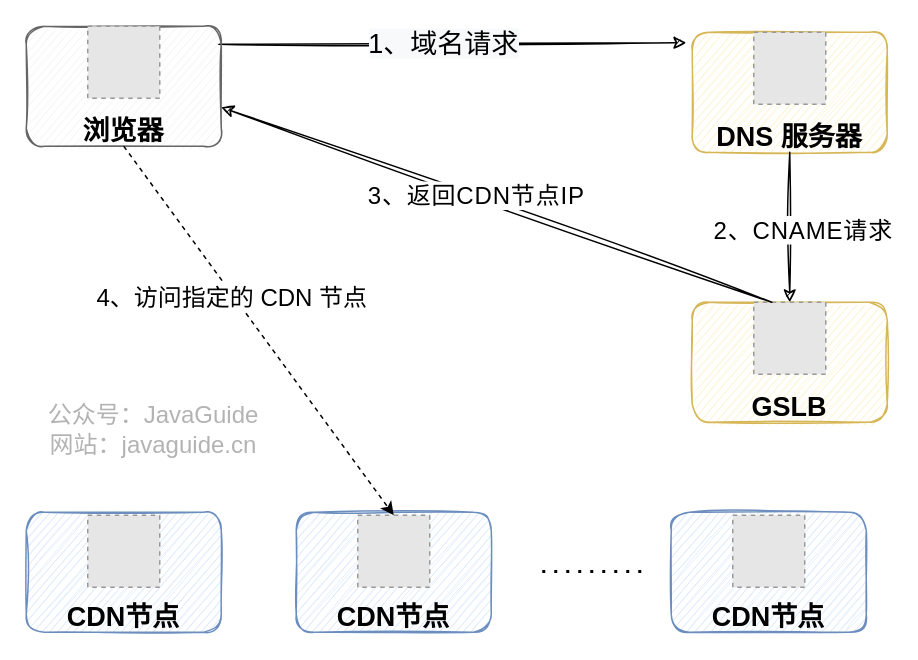
The draw.io diagram docs/high-performance/images/cdn/cdn-overview.drawio in Snailclimb/JavaGuide, before the edit. Source tidied: cells renumbered, new cells numbered last; positions are measured from the earlier drawing's top-left corner, leaving out a move shared by most shapes. Both pictures are drawn from the tidied source at 150%, with x=0, y=0 at pixel (26, 26). Pictures stored in the file or linked from it are replaced by grey dashed boxes.
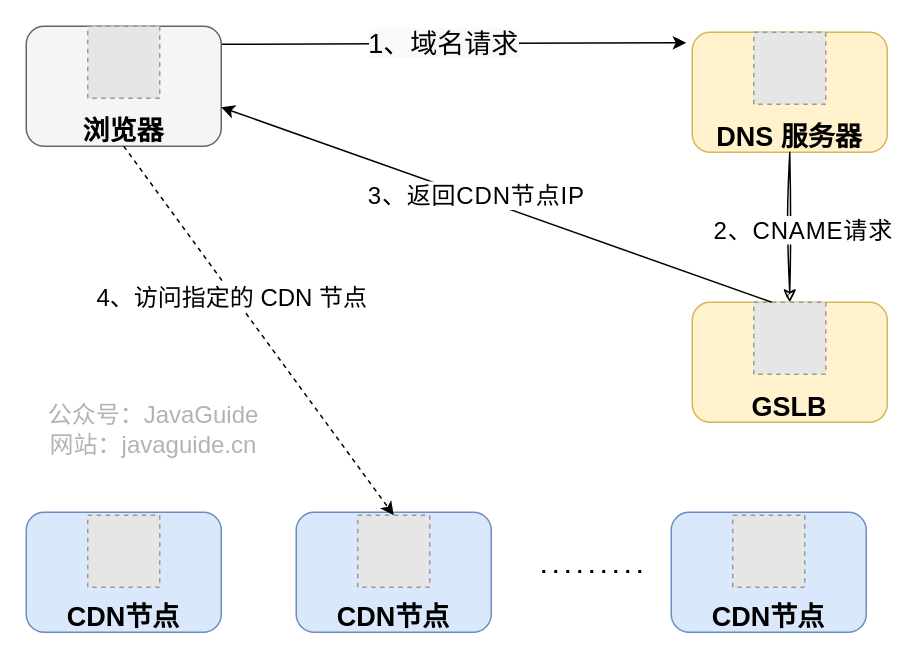
After the change.

The change refers to these unchanged cells:
```xml
<mxCell id="24" style="fillColor=#E6E6E6;strokeColor=#999999;dashed=1;verticalLabelPosition=bottom;labelBackgroundColor=#ffffff;verticalAlign=top;" parent="22" vertex="1">
  <mxGeometry x="41" width="48" height="48" as="geometry" />
</mxCell>
```

Diff of the diagram source:
```diff
@@
-    <mxCell id="3" style="endArrow=classic;html=1;exitX=1;exitY=0.25;exitDx=0;exitDy=0;sketch=1;" parent="1" edge="1">
+    <mxCell id="3" style="endArrow=classic;html=1;exitX=1;exitY=0.25;exitDx=0;exitDy=0;sketch=0;" parent="1" edge="1">
       <mxGeometry relative="1" as="geometry">
         <mxPoint x="128" y="12" as="sourcePoint" />
         <mxPoint x="440" y="11" as="targetPoint" />
       </mxGeometry>
     </mxCell>
@@
-    <mxCell id="5" style="group;fillColor=#fff2cc;strokeColor=#d6b656;sketch=1;rounded=1;glass=0;" parent="1" vertex="1">
+    <mxCell id="5" style="group;fillColor=#fff2cc;strokeColor=#d6b656;sketch=0;rounded=1;glass=0;" parent="1" vertex="1">
       <mxGeometry x="444" y="4" width="130" height="80" as="geometry" />
     </mxCell>
-    <mxCell id="6" value="DNS 服务器" style="text;html=1;strokeColor=none;fillColor=none;align=center;verticalAlign=middle;whiteSpace=wrap;rounded=0;fontSize=18;fontStyle=1;sketch=1;" parent="5" vertex="1">
+    <mxCell id="6" value="DNS 服务器" style="text;html=1;strokeColor=none;fillColor=none;align=center;verticalAlign=middle;whiteSpace=wrap;rounded=0;fontSize=18;fontStyle=1;sketch=0;" parent="5" vertex="1">
       <mxGeometry y="60" width="130" height="20" as="geometry" />
     </mxCell>
@@
-    <mxCell id="8" style="group;fillColor=#dae8fc;strokeColor=#6c8ebf;sketch=1;rounded=1;glass=0;" parent="1" vertex="1">
+    <mxCell id="8" style="group;fillColor=#dae8fc;strokeColor=#6c8ebf;sketch=0;rounded=1;glass=0;" parent="1" vertex="1">
       <mxGeometry y="324" width="130" height="80" as="geometry" />
     </mxCell>
-    <mxCell id="9" value="CDN节点" style="text;html=1;strokeColor=none;fillColor=none;align=center;verticalAlign=middle;whiteSpace=wrap;rounded=0;fontSize=18;fontStyle=1;sketch=1;" parent="8" vertex="1">
+    <mxCell id="9" value="CDN节点" style="text;html=1;strokeColor=none;fillColor=none;align=center;verticalAlign=middle;whiteSpace=wrap;rounded=0;fontSize=18;fontStyle=1;sketch=0;" parent="8" vertex="1">
       <mxGeometry y="60" width="130" height="20" as="geometry" />
     </mxCell>
@@
-    <mxCell id="11" style="group;fillColor=#f5f5f5;strokeColor=#666666;fontColor=#333333;sketch=1;rounded=1;glass=0;" parent="1" vertex="1">
+    <mxCell id="11" style="group;fillColor=#f5f5f5;strokeColor=#666666;fontColor=#333333;sketch=0;rounded=1;glass=0;" parent="1" vertex="1">
       <mxGeometry width="130" height="80" as="geometry" />
     </mxCell>
-    <mxCell id="12" style="group;" parent="11" vertex="1">
+    <mxCell id="12" style="group;sketch=0;" parent="11" vertex="1">
       <mxGeometry width="130" height="80" as="geometry" />
     </mxCell>
@@
-    <mxCell id="14" value="浏览器" style="text;html=1;strokeColor=none;fillColor=none;align=center;verticalAlign=middle;whiteSpace=wrap;rounded=0;fontSize=18;fontStyle=1;sketch=1;" parent="12" vertex="1">
+    <mxCell id="14" value="浏览器" style="text;html=1;strokeColor=none;fillColor=none;align=center;verticalAlign=middle;whiteSpace=wrap;rounded=0;fontSize=18;fontStyle=1;sketch=0;" parent="12" vertex="1">
       <mxGeometry y="60" width="130" height="20" as="geometry" />
     </mxCell>
-    <mxCell id="15" style="group;fillColor=#dae8fc;strokeColor=#6c8ebf;sketch=1;rounded=1;glass=0;" parent="1" vertex="1">
+    <mxCell id="15" style="group;fillColor=#dae8fc;strokeColor=#6c8ebf;sketch=0;rounded=1;glass=0;" parent="1" vertex="1">
       <mxGeometry x="180" y="324" width="130" height="80" as="geometry" />
     </mxCell>
-    <mxCell id="16" value="CDN节点" style="text;html=1;strokeColor=none;fillColor=none;align=center;verticalAlign=middle;whiteSpace=wrap;rounded=0;fontSize=18;fontStyle=1;sketch=1;" parent="15" vertex="1">
+    <mxCell id="16" value="CDN节点" style="text;html=1;strokeColor=none;fillColor=none;align=center;verticalAlign=middle;whiteSpace=wrap;rounded=0;fontSize=18;fontStyle=1;sketch=0;" parent="15" vertex="1">
       <mxGeometry y="60" width="130" height="20" as="geometry" />
     </mxCell>
@@
-    <mxCell id="18" style="group;fillColor=#dae8fc;strokeColor=#6c8ebf;sketch=1;rounded=1;glass=0;" parent="1" vertex="1">
+    <mxCell id="18" style="group;fillColor=#dae8fc;strokeColor=#6c8ebf;sketch=0;rounded=1;glass=0;" parent="1" vertex="1">
       <mxGeometry x="430" y="324" width="130" height="80" as="geometry" />
     </mxCell>
-    <mxCell id="19" value="CDN节点" style="text;html=1;strokeColor=none;fillColor=none;align=center;verticalAlign=middle;whiteSpace=wrap;rounded=0;fontSize=18;fontStyle=1;sketch=1;" parent="18" vertex="1">
+    <mxCell id="19" value="CDN节点" style="text;html=1;strokeColor=none;fillColor=none;align=center;verticalAlign=middle;whiteSpace=wrap;rounded=0;fontSize=18;fontStyle=1;sketch=0;" parent="18" vertex="1">
       <mxGeometry y="60" width="130" height="20" as="geometry" />
     </mxCell>
@@
-    <mxCell id="21" style="endArrow=none;dashed=1;html=1;dashPattern=1 3;strokeWidth=2;fontColor=#8640FF;" parent="1" edge="1">
+    <mxCell id="21" style="endArrow=none;dashed=1;html=1;dashPattern=1 3;strokeWidth=2;fontColor=#8640FF;sketch=0;" parent="1" edge="1">
       <mxGeometry relative="1" as="geometry">
         <mxPoint x="410" y="363.5" as="sourcePoint" />
         <mxPoint x="340" y="363.5" as="targetPoint" />
       </mxGeometry>
     </mxCell>
-    <mxCell id="22" style="group;fillColor=#fff2cc;strokeColor=#d6b656;sketch=1;rounded=1;glass=0;" parent="1" vertex="1">
+    <mxCell id="22" style="group;fillColor=#fff2cc;strokeColor=#d6b656;sketch=0;rounded=1;glass=0;" parent="1" vertex="1">
       <mxGeometry x="444" y="184" width="130" height="80" as="geometry" />
     </mxCell>
-    <mxCell id="23" value="GSLB" style="text;html=1;strokeColor=none;fillColor=none;align=center;verticalAlign=middle;whiteSpace=wrap;rounded=0;fontSize=18;fontStyle=1;sketch=1;" parent="22" vertex="1">
+    <mxCell id="23" value="GSLB" style="text;html=1;strokeColor=none;fillColor=none;align=center;verticalAlign=middle;whiteSpace=wrap;rounded=0;fontSize=18;fontStyle=1;sketch=0;" parent="22" vertex="1">
       <mxGeometry y="60" width="130" height="20" as="geometry" />
     </mxCell>
@@
-    <mxCell id="27" style="endArrow=classic;html=1;fontColor=#8640FF;exitX=0.25;exitY=0;exitDx=0;exitDy=0;sketch=1;" parent="1" edge="1" source="24">
+    <mxCell id="27" style="endArrow=classic;html=1;fontColor=#8640FF;exitX=0.25;exitY=0;exitDx=0;exitDy=0;sketch=0;" parent="1" edge="1" source="24">
       <mxGeometry relative="1" as="geometry">
         <mxPoint x="130" y="54" as="targetPoint" />
       </mxGeometry>
     </mxCell>
```
